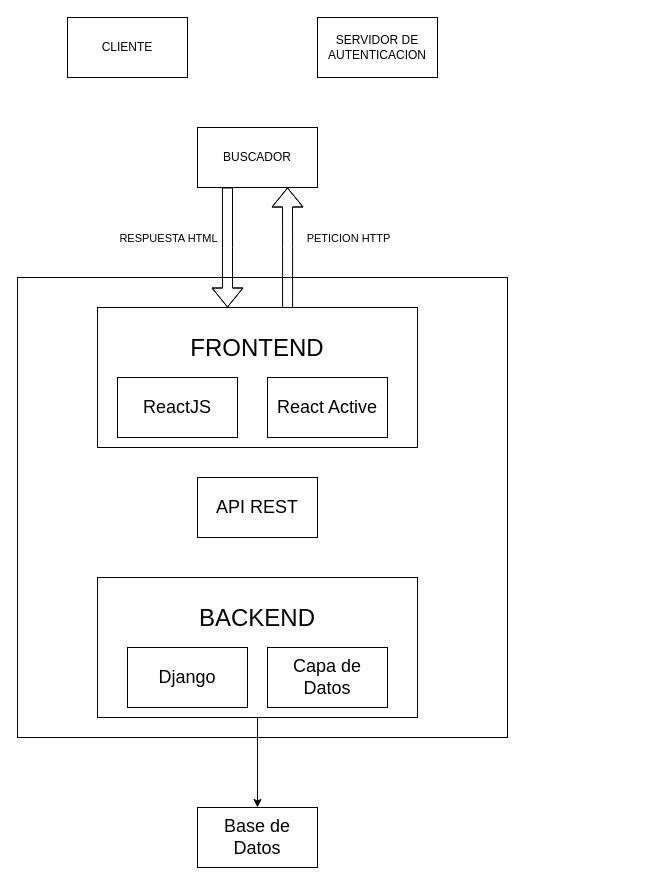
Earlier version of the draw.io diagram Diagrama Arquitectura de Alto Nivel.drawio (18luisc/Attenzio). Source tidied: cells renumbered, new cells numbered last; positions are measured from the earlier drawing's top-left corner, leaving out a move shared by most shapes. Both pictures are drawn from the tidied source at 100%, with x=0, y=0 at pixel (17, 17).
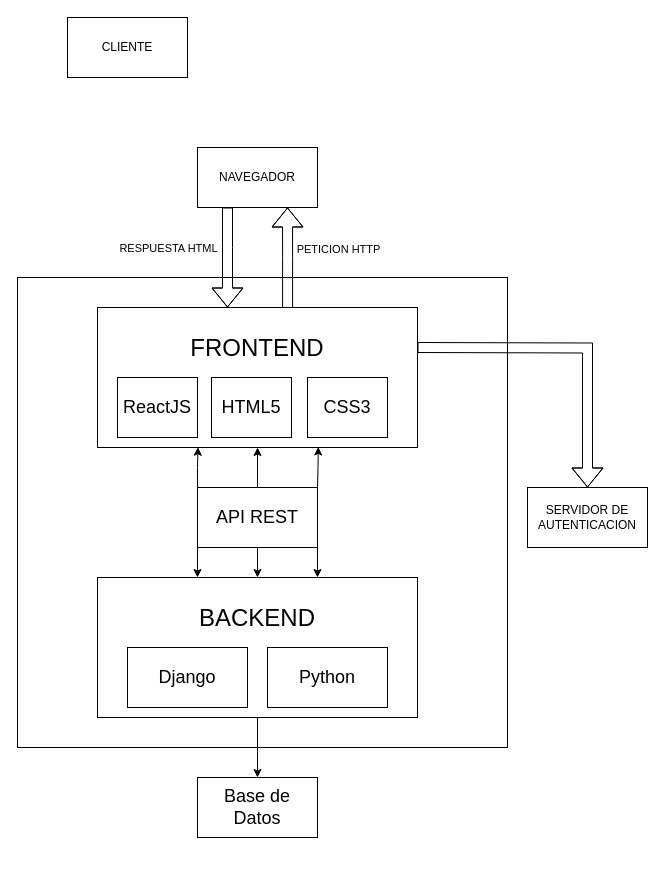
Above is the later version.

Commit message:
Cambio en estructura

The change refers to these unchanged cells:
```xml
<mxCell id="3" style="edgeStyle=orthogonalEdgeStyle;rounded=0;jettySize=auto;html=1;entryX=0.75;entryY=1;entryDx=0;entryDy=0;exitX=0.594;exitY=0.071;exitDx=0;exitDy=0;exitPerimeter=0;shape=flexArrow;" parent="1" edge="1" source="5" target="14">
  <mxGeometry relative="1" as="geometry" />
</mxCell>
<mxCell id="5" value="&lt;font style=&quot;font-size: 24px;&quot;&gt;FRONTEND&lt;/font&gt;&lt;div&gt;&lt;br&gt;&lt;/div&gt;&lt;div&gt;&lt;br&gt;&lt;/div&gt;&lt;div&gt;&lt;br&gt;&lt;/div&gt;&lt;div&gt;&lt;br&gt;&lt;/div&gt;" style="rounded=0;whiteSpace=wrap;html=1;" parent="1" vertex="1">
  <mxGeometry x="80" y="290" width="320" height="140" as="geometry" />
</mxCell>
<mxCell id="9" value="&lt;div&gt;&lt;span style=&quot;font-size: 24px;&quot;&gt;BACKEND&lt;/span&gt;&lt;/div&gt;&lt;div&gt;&lt;span style=&quot;font-size: 24px;&quot;&gt;&lt;br&gt;&lt;/span&gt;&lt;/div&gt;&lt;div&gt;&lt;span style=&quot;font-size: 24px;&quot;&gt;&lt;br&gt;&lt;/span&gt;&lt;/div&gt;" style="rounded=0;whiteSpace=wrap;html=1;" parent="1" vertex="1">
  <mxGeometry x="80" y="560" width="320" height="140" as="geometry" />
</mxCell>
```

Change to the diagram source:
```diff
@@
     <mxCell id="2" style="rounded=0;whiteSpace=wrap;html=1;" parent="1" vertex="1">
-      <mxGeometry y="260" width="490" height="460" as="geometry" />
+      <mxGeometry y="260" width="490" height="470" as="geometry" />
     </mxCell>
@@
     <mxCell id="4" value="PETICION HTTP" style="edgeLabel;html=1;align=center;verticalAlign=middle;" parent="3" vertex="1">
       <mxGeometry x="0.31" y="1" relative="1" as="geometry">
-        <mxPoint x="61" y="5" as="offset" />
+        <mxPoint x="51" y="3" as="offset" />
       </mxGeometry>
     </mxCell>
@@
     <mxCell id="6" value="&lt;font style=&quot;font-size: 18px;&quot;&gt;ReactJS&lt;/font&gt;" style="rounded=0;whiteSpace=wrap;html=1;" parent="1" vertex="1">
-      <mxGeometry x="100" y="360" width="120" height="60" as="geometry" />
+      <mxGeometry x="100" y="360" width="80" height="60" as="geometry" />
     </mxCell>
-    <mxCell id="7" value="&lt;font style=&quot;font-size: 18px;&quot;&gt;React Active&lt;/font&gt;" style="rounded=0;whiteSpace=wrap;html=1;" parent="1" vertex="1">
-      <mxGeometry x="250" y="360" width="120" height="60" as="geometry" />
-    </mxCell>
@@
+    <mxCell id="19" style="edgeStyle=orthogonalEdgeStyle;rounded=0;jettySize=auto;html=1;entryX=0.5;entryY=0;entryDx=0;entryDy=0;" parent="1" edge="1" source="11" target="9">
+      <mxGeometry relative="1" as="geometry" />
+    </mxCell>
+    <mxCell id="20" style="edgeStyle=orthogonalEdgeStyle;rounded=0;jettySize=auto;html=1;entryX=0.5;entryY=1;entryDx=0;entryDy=0;" parent="1" edge="1" source="11" target="5">
+      <mxGeometry relative="1" as="geometry" />
+    </mxCell>
     <mxCell id="11" value="&lt;font style=&quot;font-size: 18px;&quot;&gt;API REST&lt;/font&gt;" style="rounded=0;whiteSpace=wrap;html=1;" parent="1" vertex="1">
-      <mxGeometry x="180" y="460" width="120" height="60" as="geometry" />
+      <mxGeometry x="180" y="470" width="120" height="60" as="geometry" />
     </mxCell>
@@
     <mxCell id="13" value="SERVIDOR DE AUTENTICACION" style="rounded=0;whiteSpace=wrap;html=1;" parent="1" vertex="1">
-      <mxGeometry x="300" width="120" height="60" as="geometry" />
+      <mxGeometry x="510" y="470" width="120" height="60" as="geometry" />
     </mxCell>
-    <mxCell id="14" value="BUSCADOR" style="rounded=0;whiteSpace=wrap;html=1;" parent="1" vertex="1">
-      <mxGeometry x="180" y="110" width="120" height="60" as="geometry" />
+    <mxCell id="14" value="NAVEGADOR" style="rounded=0;whiteSpace=wrap;html=1;" parent="1" vertex="1">
+      <mxGeometry x="180" y="130" width="120" height="60" as="geometry" />
     </mxCell>
     <mxCell id="15" value="&lt;font style=&quot;font-size: 18px;&quot;&gt;Base de Datos&lt;/font&gt;" style="rounded=0;whiteSpace=wrap;html=1;" parent="1" vertex="1">
-      <mxGeometry x="180" y="790" width="120" height="60" as="geometry" />
+      <mxGeometry x="180" y="760" width="120" height="60" as="geometry" />
     </mxCell>
-    <mxCell id="16" value="&lt;font style=&quot;font-size: 18px;&quot;&gt;Capa de Datos&lt;/font&gt;" style="rounded=0;whiteSpace=wrap;html=1;" parent="1" vertex="1">
+    <mxCell id="16" value="&lt;span style=&quot;font-size: 18px;&quot;&gt;Python&lt;/span&gt;" style="rounded=0;whiteSpace=wrap;html=1;" parent="1" vertex="1">
       <mxGeometry x="250" y="630" width="120" height="60" as="geometry" />
     </mxCell>
@@
     <mxCell id="18" value="RESPUESTA HTML" style="edgeLabel;html=1;align=center;verticalAlign=middle;" parent="1" vertex="1">
-      <mxGeometry x="150" y="220" as="geometry" />
+      <mxGeometry x="150" y="230" as="geometry" />
     </mxCell>
+    <mxCell id="21" value="&lt;font style=&quot;font-size: 18px;&quot;&gt;HTML5&lt;/font&gt;" style="rounded=0;whiteSpace=wrap;html=1;" parent="1" vertex="1">
+      <mxGeometry x="194" y="360" width="80" height="60" as="geometry" />
+    </mxCell>
+    <mxCell id="22" value="&lt;font style=&quot;font-size: 18px;&quot;&gt;CSS3&lt;/font&gt;" style="rounded=0;whiteSpace=wrap;html=1;" parent="1" vertex="1">
+      <mxGeometry x="290" y="360" width="80" height="60" as="geometry" />
+    </mxCell>
+    <mxCell id="23" style="shape=flexArrow;endArrow=classic;html=1;rounded=0;entryX=0.5;entryY=0;entryDx=0;entryDy=0;edgeStyle=orthogonalEdgeStyle;" parent="1" edge="1" target="13">
+      <mxGeometry relative="1" as="geometry">
+        <mxPoint x="400" y="330" as="sourcePoint" />
+      </mxGeometry>
+    </mxCell>
+    <mxCell id="24" style="edgeStyle=orthogonalEdgeStyle;rounded=0;jettySize=auto;html=1;entryX=0.69;entryY=0.996;entryDx=0;entryDy=0;entryPerimeter=0;" parent="1" edge="1" target="5">
+      <mxGeometry relative="1" as="geometry">
+        <mxPoint x="300" y="470" as="sourcePoint" />
+      </mxGeometry>
+    </mxCell>
+    <mxCell id="25" style="edgeStyle=orthogonalEdgeStyle;rounded=0;jettySize=auto;html=1;entryX=0.314;entryY=0.998;entryDx=0;entryDy=0;entryPerimeter=0;exitX=0;exitY=0;exitDx=0;exitDy=0;" parent="1" edge="1" source="11" target="5">
+      <mxGeometry relative="1" as="geometry" />
+    </mxCell>
+    <mxCell id="26" style="rounded=0;jettySize=auto;html=1;exitX=1;exitY=1;exitDx=0;exitDy=0;" parent="1" edge="1" source="11">
+      <mxGeometry relative="1" as="geometry">
+        <mxPoint x="300" y="560" as="targetPoint" />
+      </mxGeometry>
+    </mxCell>
+    <mxCell id="27" style="edgeStyle=orthogonalEdgeStyle;rounded=0;jettySize=auto;html=1;exitX=0;exitY=1;exitDx=0;exitDy=0;" parent="1" edge="1" source="11">
+      <mxGeometry relative="1" as="geometry">
+        <mxPoint x="180" y="560" as="targetPoint" />
+      </mxGeometry>
+    </mxCell>
```
